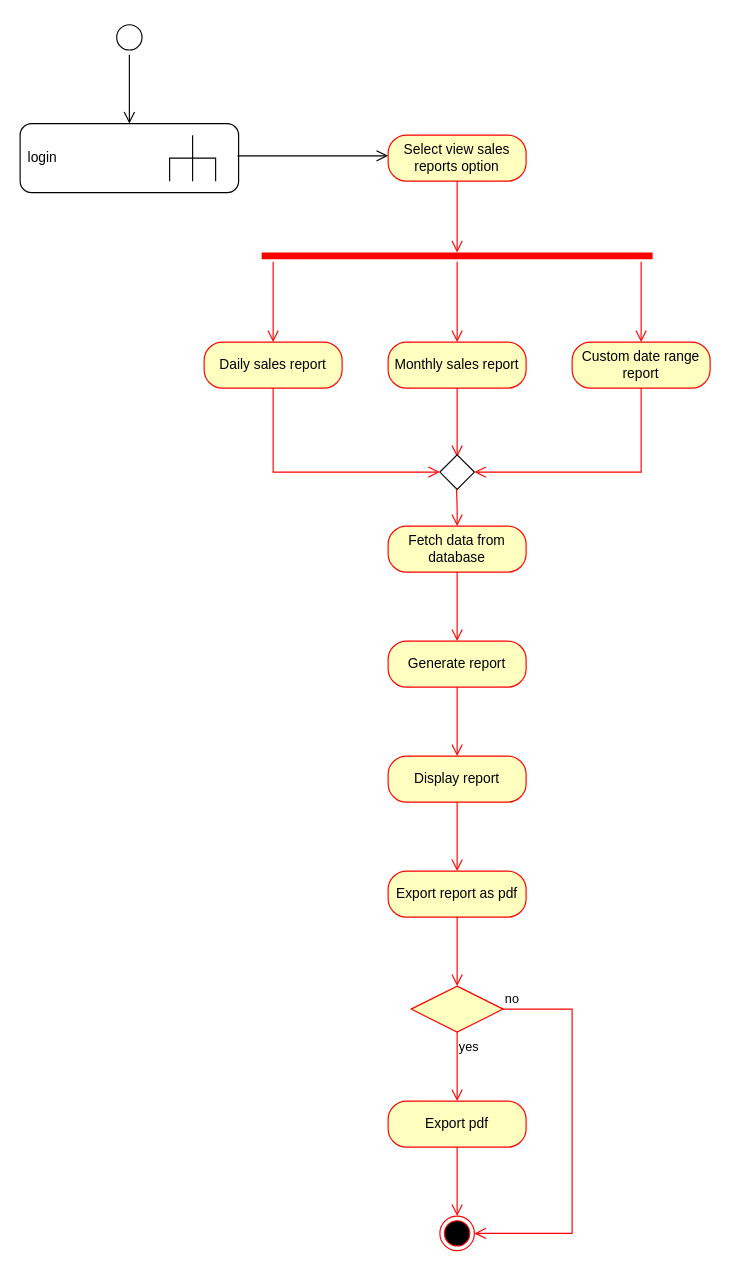
The draw.io diagram activity /View sales reports(Admin).drawio in Oussamakh2005/Graduation-Project-Uml, before the edit. Source tidied: cells renumbered, new cells numbered last; positions are measured from the earlier drawing's top-left corner, leaving out a move shared by most shapes. Both pictures are drawn from the tidied source at 115%, with x=0, y=0 at pixel (20, 20).
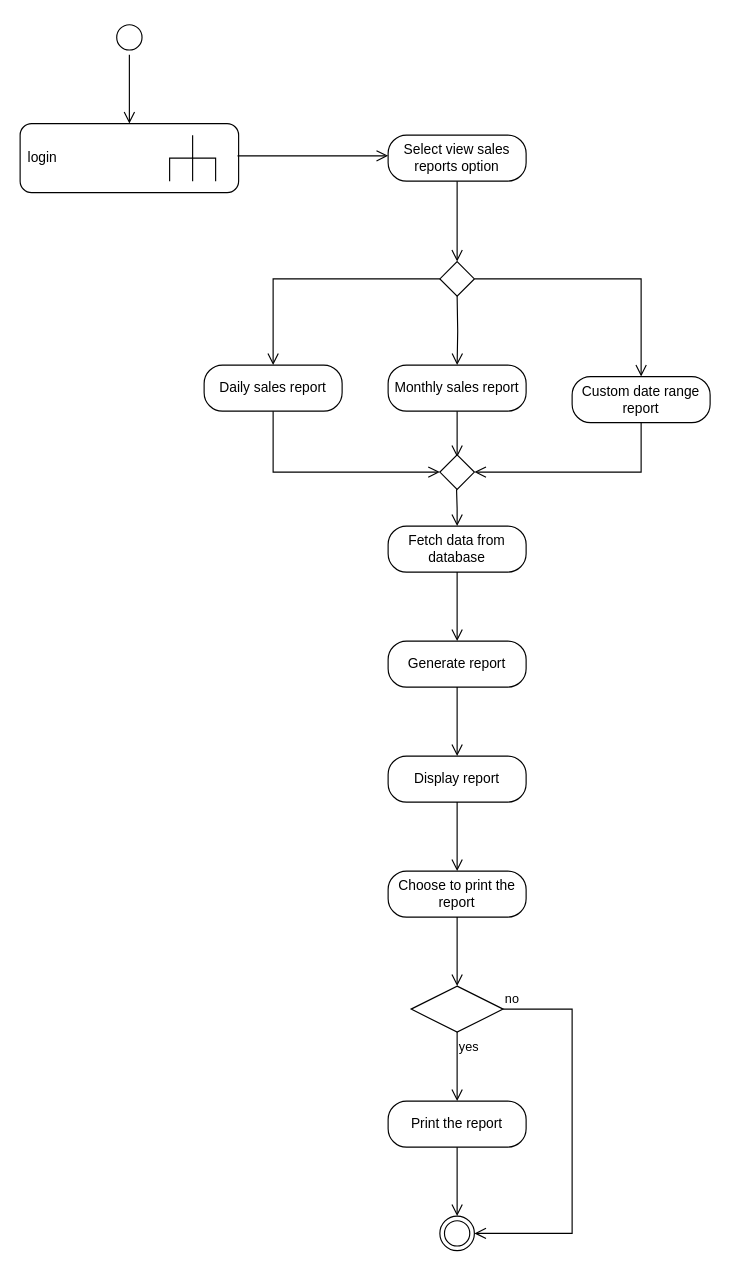
The same diagram, later.

Commit message:
change view sales reports theme

Diff of the diagram source:
```diff
@@
-    <mxCell id="6" value="Select view sales reports option" style="rounded=1;whiteSpace=wrap;html=1;arcSize=40;fontColor=#000000;fillColor=#ffffc0;strokeColor=#ff0000;" parent="1" vertex="1">
+    <mxCell id="6" value="Select view sales reports option" style="rounded=1;whiteSpace=wrap;html=1;arcSize=40;labelBackgroundColor=none;" parent="1" vertex="1">
       <mxGeometry x="320" y="100" width="120" height="40" as="geometry" />
     </mxCell>
-    <mxCell id="7" style="edgeStyle=orthogonalEdgeStyle;html=1;verticalAlign=bottom;endArrow=open;endSize=8;strokeColor=#ff0000;rounded=0;entryX=0.5;entryY=0.2;entryDx=0;entryDy=0;entryPerimeter=0;" parent="1" edge="1" source="6" target="8">
+    <mxCell id="7" style="edgeStyle=orthogonalEdgeStyle;html=1;verticalAlign=bottom;endArrow=open;endSize=8;rounded=0;entryX=0.5;entryY=0;entryDx=0;entryDy=0;labelBackgroundColor=none;fontColor=default;" parent="1" edge="1" source="6" target="34">
       <mxGeometry relative="1" as="geometry" />
     </mxCell>
-    <mxCell id="8" style="shape=line;html=1;strokeWidth=6;strokeColor=#ff0000;" parent="1" vertex="1">
-      <mxGeometry x="210" y="200" width="340" height="10" as="geometry" />
-    </mxCell>
-    <mxCell id="9" style="edgeStyle=orthogonalEdgeStyle;html=1;verticalAlign=bottom;endArrow=open;endSize=8;strokeColor=#ff0000;rounded=0;" parent="1" edge="1" source="8">
+    <mxCell id="9" style="edgeStyle=orthogonalEdgeStyle;html=1;verticalAlign=bottom;endArrow=open;endSize=8;rounded=0;labelBackgroundColor=none;fontColor=default;entryX=0.5;entryY=0;entryDx=0;entryDy=0;" parent="1" edge="1" target="14">
       <mxGeometry relative="1" as="geometry">
-        <mxPoint x="380" y="280" as="targetPoint" />
+        <mxPoint x="380" y="240" as="sourcePoint" />
       </mxGeometry>
     </mxCell>
-    <mxCell id="10" style="edgeStyle=orthogonalEdgeStyle;html=1;verticalAlign=bottom;endArrow=open;endSize=8;strokeColor=#ff0000;rounded=0;" parent="1" edge="1">
-      <mxGeometry relative="1" as="geometry">
-        <mxPoint x="220" y="210" as="sourcePoint" />
-        <mxPoint x="220" y="280" as="targetPoint" />
-      </mxGeometry>
+    <mxCell id="10" style="edgeStyle=orthogonalEdgeStyle;html=1;verticalAlign=bottom;endArrow=open;endSize=8;rounded=0;labelBackgroundColor=none;fontColor=default;entryX=0.5;entryY=0;entryDx=0;entryDy=0;exitX=0;exitY=0.5;exitDx=0;exitDy=0;" parent="1" edge="1" source="34" target="12">
+      <mxGeometry relative="1" as="geometry" />
     </mxCell>
-    <mxCell id="11" style="edgeStyle=orthogonalEdgeStyle;html=1;verticalAlign=bottom;endArrow=open;endSize=8;strokeColor=#ff0000;rounded=0;" parent="1" edge="1">
-      <mxGeometry relative="1" as="geometry">
-        <mxPoint x="540" y="210" as="sourcePoint" />
-        <mxPoint x="540" y="280" as="targetPoint" />
-      </mxGeometry>
+    <mxCell id="11" style="edgeStyle=orthogonalEdgeStyle;html=1;verticalAlign=bottom;endArrow=open;endSize=8;rounded=0;labelBackgroundColor=none;fontColor=default;entryX=0.5;entryY=0;entryDx=0;entryDy=0;exitX=1;exitY=0.5;exitDx=0;exitDy=0;" parent="1" edge="1" source="34" target="16">
+      <mxGeometry relative="1" as="geometry" />
     </mxCell>
-    <mxCell id="12" value="Daily sales report" style="rounded=1;whiteSpace=wrap;html=1;arcSize=40;fontColor=#000000;fillColor=#ffffc0;strokeColor=#ff0000;" parent="1" vertex="1">
-      <mxGeometry x="160" y="280" width="120" height="40" as="geometry" />
+    <mxCell id="12" value="Daily sales report" style="rounded=1;whiteSpace=wrap;html=1;arcSize=40;labelBackgroundColor=none;" parent="1" vertex="1">
+      <mxGeometry x="160" y="300" width="120" height="40" as="geometry" />
     </mxCell>
-    <mxCell id="13" style="edgeStyle=orthogonalEdgeStyle;html=1;verticalAlign=bottom;endArrow=open;endSize=8;strokeColor=#ff0000;rounded=0;entryX=0;entryY=0.5;entryDx=0;entryDy=0;" parent="1" edge="1" source="12" target="18">
+    <mxCell id="13" style="edgeStyle=orthogonalEdgeStyle;html=1;verticalAlign=bottom;endArrow=open;endSize=8;rounded=0;entryX=0;entryY=0.5;entryDx=0;entryDy=0;labelBackgroundColor=none;fontColor=default;" parent="1" edge="1" source="12" target="18">
       <mxGeometry relative="1" as="geometry">
         <Array as="points">
           <mxPoint x="220" y="393" />
         </Array>
       </mxGeometry>
     </mxCell>
-    <mxCell id="14" value="Monthly sales report" style="rounded=1;whiteSpace=wrap;html=1;arcSize=40;fontColor=#000000;fillColor=#ffffc0;strokeColor=#ff0000;" parent="1" vertex="1">
-      <mxGeometry x="320" y="280" width="120" height="40" as="geometry" />
+    <mxCell id="14" value="Monthly sales report" style="rounded=1;whiteSpace=wrap;html=1;arcSize=40;labelBackgroundColor=none;" parent="1" vertex="1">
+      <mxGeometry x="320" y="300" width="120" height="40" as="geometry" />
     </mxCell>
-    <mxCell id="15" style="edgeStyle=orthogonalEdgeStyle;html=1;verticalAlign=bottom;endArrow=open;endSize=8;strokeColor=#ff0000;rounded=0;" parent="1" edge="1" source="14">
+    <mxCell id="15" style="edgeStyle=orthogonalEdgeStyle;html=1;verticalAlign=bottom;endArrow=open;endSize=8;rounded=0;labelBackgroundColor=none;fontColor=default;" parent="1" edge="1" source="14">
       <mxGeometry relative="1" as="geometry">
         <mxPoint x="380" y="380" as="targetPoint" />
       </mxGeometry>
     </mxCell>
-    <mxCell id="16" value="Custom date range&lt;div&gt;report&lt;/div&gt;" style="rounded=1;whiteSpace=wrap;html=1;arcSize=40;fontColor=#000000;fillColor=#ffffc0;strokeColor=#ff0000;" parent="1" vertex="1">
-      <mxGeometry x="480" y="280" width="120" height="40" as="geometry" />
+    <mxCell id="16" value="Custom date range&lt;div&gt;report&lt;/div&gt;" style="rounded=1;whiteSpace=wrap;html=1;arcSize=40;labelBackgroundColor=none;" parent="1" vertex="1">
+      <mxGeometry x="480" y="310" width="120" height="40" as="geometry" />
     </mxCell>
-    <mxCell id="17" style="edgeStyle=orthogonalEdgeStyle;html=1;verticalAlign=bottom;endArrow=open;endSize=8;strokeColor=#ff0000;rounded=0;entryX=1;entryY=0.5;entryDx=0;entryDy=0;" parent="1" edge="1" source="16" target="18">
+    <mxCell id="17" style="edgeStyle=orthogonalEdgeStyle;html=1;verticalAlign=bottom;endArrow=open;endSize=8;rounded=0;entryX=1;entryY=0.5;entryDx=0;entryDy=0;labelBackgroundColor=none;fontColor=default;" parent="1" edge="1" source="16" target="18">
       <mxGeometry relative="1" as="geometry">
         <Array as="points">
           <mxPoint x="540" y="393" />
         </Array>
       </mxGeometry>
     </mxCell>
-    <mxCell id="18" style="rhombus;" parent="1" vertex="1">
+    <mxCell id="18" style="rhombus;labelBackgroundColor=none;" parent="1" vertex="1">
       <mxGeometry x="365" y="378" width="30" height="30" as="geometry" />
     </mxCell>
-    <mxCell id="19" style="edgeStyle=orthogonalEdgeStyle;html=1;verticalAlign=bottom;endArrow=open;endSize=8;strokeColor=#ff0000;rounded=0;" parent="1" edge="1">
+    <mxCell id="19" style="edgeStyle=orthogonalEdgeStyle;html=1;verticalAlign=bottom;endArrow=open;endSize=8;rounded=0;labelBackgroundColor=none;fontColor=default;" parent="1" edge="1">
       <mxGeometry relative="1" as="geometry">
         <mxPoint x="379.5" y="408" as="sourcePoint" />
         <mxPoint x="380" y="440" as="targetPoint" />
       </mxGeometry>
     </mxCell>
-    <mxCell id="20" value="Fetch data from database" style="rounded=1;whiteSpace=wrap;html=1;arcSize=40;fontColor=#000000;fillColor=#ffffc0;strokeColor=#ff0000;" parent="1" vertex="1">
+    <mxCell id="20" value="Fetch data from database" style="rounded=1;whiteSpace=wrap;html=1;arcSize=40;labelBackgroundColor=none;" parent="1" vertex="1">
       <mxGeometry x="320" y="440" width="120" height="40" as="geometry" />
     </mxCell>
-    <mxCell id="21" style="edgeStyle=orthogonalEdgeStyle;html=1;verticalAlign=bottom;endArrow=open;endSize=8;strokeColor=#ff0000;rounded=0;" parent="1" edge="1" source="20">
+    <mxCell id="21" style="edgeStyle=orthogonalEdgeStyle;html=1;verticalAlign=bottom;endArrow=open;endSize=8;rounded=0;labelBackgroundColor=none;fontColor=default;" parent="1" edge="1" source="20">
       <mxGeometry relative="1" as="geometry">
         <mxPoint x="380" y="540" as="targetPoint" />
       </mxGeometry>
     </mxCell>
-    <mxCell id="22" value="Generate report" style="rounded=1;whiteSpace=wrap;html=1;arcSize=40;fontColor=#000000;fillColor=#ffffc0;strokeColor=#ff0000;" parent="1" vertex="1">
+    <mxCell id="22" value="Generate report" style="rounded=1;whiteSpace=wrap;html=1;arcSize=40;labelBackgroundColor=none;" parent="1" vertex="1">
       <mxGeometry x="320" y="540" width="120" height="40" as="geometry" />
     </mxCell>
-    <mxCell id="23" style="edgeStyle=orthogonalEdgeStyle;html=1;verticalAlign=bottom;endArrow=open;endSize=8;strokeColor=#ff0000;rounded=0;" parent="1" edge="1" source="22">
+    <mxCell id="23" style="edgeStyle=orthogonalEdgeStyle;html=1;verticalAlign=bottom;endArrow=open;endSize=8;rounded=0;labelBackgroundColor=none;fontColor=default;" parent="1" edge="1" source="22">
       <mxGeometry relative="1" as="geometry">
         <mxPoint x="380" y="640" as="targetPoint" />
       </mxGeometry>
     </mxCell>
-    <mxCell id="24" value="Display report" style="rounded=1;whiteSpace=wrap;html=1;arcSize=40;fontColor=#000000;fillColor=#ffffc0;strokeColor=#ff0000;" parent="1" vertex="1">
+    <mxCell id="24" value="Display report" style="rounded=1;whiteSpace=wrap;html=1;arcSize=40;labelBackgroundColor=none;" parent="1" vertex="1">
       <mxGeometry x="320" y="640" width="120" height="40" as="geometry" />
     </mxCell>
-    <mxCell id="25" style="edgeStyle=orthogonalEdgeStyle;html=1;verticalAlign=bottom;endArrow=open;endSize=8;strokeColor=#ff0000;rounded=0;" parent="1" edge="1" source="24">
+    <mxCell id="25" style="edgeStyle=orthogonalEdgeStyle;html=1;verticalAlign=bottom;endArrow=open;endSize=8;rounded=0;labelBackgroundColor=none;fontColor=default;" parent="1" edge="1" source="24">
       <mxGeometry relative="1" as="geometry">
         <mxPoint x="380" y="740" as="targetPoint" />
       </mxGeometry>
     </mxCell>
-    <mxCell id="26" value="Export report as pdf" style="rounded=1;whiteSpace=wrap;html=1;arcSize=40;fontColor=#000000;fillColor=#ffffc0;strokeColor=#ff0000;" parent="1" vertex="1">
+    <mxCell id="26" value="Choose to print the report" style="rounded=1;whiteSpace=wrap;html=1;arcSize=40;labelBackgroundColor=none;" parent="1" vertex="1">
       <mxGeometry x="320" y="740" width="120" height="40" as="geometry" />
     </mxCell>
-    <mxCell id="27" style="edgeStyle=orthogonalEdgeStyle;html=1;verticalAlign=bottom;endArrow=open;endSize=8;strokeColor=#ff0000;rounded=0;" parent="1" edge="1" source="26">
+    <mxCell id="27" style="edgeStyle=orthogonalEdgeStyle;html=1;verticalAlign=bottom;endArrow=open;endSize=8;rounded=0;labelBackgroundColor=none;fontColor=default;" parent="1" edge="1" source="26">
       <mxGeometry relative="1" as="geometry">
         <mxPoint x="380" y="840" as="targetPoint" />
       </mxGeometry>
     </mxCell>
-    <mxCell id="28" style="rhombus;whiteSpace=wrap;html=1;fontColor=#000000;fillColor=#ffffc0;strokeColor=#ff0000;" parent="1" vertex="1">
+    <mxCell id="28" style="rhombus;whiteSpace=wrap;html=1;labelBackgroundColor=none;" parent="1" vertex="1">
       <mxGeometry x="340" y="840" width="80" height="40" as="geometry" />
     </mxCell>
-    <mxCell id="29" value="no" style="edgeStyle=orthogonalEdgeStyle;html=1;align=left;verticalAlign=bottom;endArrow=open;endSize=8;strokeColor=#ff0000;rounded=0;entryX=1;entryY=0.5;entryDx=0;entryDy=0;" parent="1" edge="1" source="28" target="33">
+    <mxCell id="29" value="no" style="edgeStyle=orthogonalEdgeStyle;html=1;align=left;verticalAlign=bottom;endArrow=open;endSize=8;rounded=0;entryX=1;entryY=0.5;entryDx=0;entryDy=0;labelBackgroundColor=none;fontColor=default;" parent="1" edge="1" source="28" target="33">
       <mxGeometry x="-1" relative="1" as="geometry">
         <Array as="points">
           <mxPoint x="480" y="860" />
           <mxPoint x="480" y="1055" />
         </Array>
       </mxGeometry>
     </mxCell>
-    <mxCell id="30" value="yes" style="edgeStyle=orthogonalEdgeStyle;html=1;align=left;verticalAlign=top;endArrow=open;endSize=8;strokeColor=#ff0000;rounded=0;" parent="1" edge="1" source="28">
+    <mxCell id="30" value="yes" style="edgeStyle=orthogonalEdgeStyle;html=1;align=left;verticalAlign=top;endArrow=open;endSize=8;rounded=0;labelBackgroundColor=none;fontColor=default;" parent="1" edge="1" source="28">
       <mxGeometry x="-1" relative="1" as="geometry">
         <mxPoint x="380" y="940" as="targetPoint" />
       </mxGeometry>
     </mxCell>
-    <mxCell id="31" value="Export pdf" style="rounded=1;whiteSpace=wrap;html=1;arcSize=40;fontColor=#000000;fillColor=#ffffc0;strokeColor=#ff0000;" parent="1" vertex="1">
+    <mxCell id="31" value="Print the report" style="rounded=1;whiteSpace=wrap;html=1;arcSize=40;labelBackgroundColor=none;" parent="1" vertex="1">
       <mxGeometry x="320" y="940" width="120" height="40" as="geometry" />
     </mxCell>
-    <mxCell id="32" style="edgeStyle=orthogonalEdgeStyle;html=1;verticalAlign=bottom;endArrow=open;endSize=8;strokeColor=#ff0000;rounded=0;" parent="1" edge="1" source="31">
+    <mxCell id="32" style="edgeStyle=orthogonalEdgeStyle;html=1;verticalAlign=bottom;endArrow=open;endSize=8;rounded=0;labelBackgroundColor=none;fontColor=default;" parent="1" edge="1" source="31">
       <mxGeometry relative="1" as="geometry">
         <mxPoint x="380" y="1040" as="targetPoint" />
       </mxGeometry>
     </mxCell>
-    <mxCell id="33" style="ellipse;html=1;shape=endState;fillColor=#000000;strokeColor=#ff0000;" parent="1" vertex="1">
+    <mxCell id="33" style="ellipse;html=1;shape=endState;labelBackgroundColor=none;" parent="1" vertex="1">
       <mxGeometry x="365" y="1040" width="30" height="30" as="geometry" />
     </mxCell>
+    <mxCell id="34" style="rhombus;" parent="1" vertex="1">
+      <mxGeometry x="365" y="210" width="30" height="30" as="geometry" />
+    </mxCell>
```
